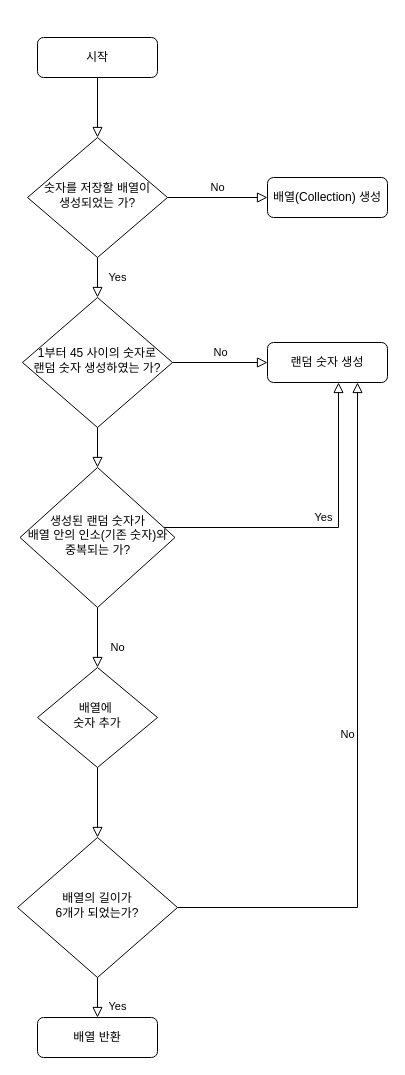
The draw.io diagram createLottoNumberGeneratorFlowChart.drawio in Reimos7/swift-starter-Round2, before the edit. Source tidied: cells renumbered, new cells numbered last; positions are measured from the earlier drawing's top-left corner, leaving out a move shared by most shapes. Both pictures are drawn from the tidied source at 100%, with x=0, y=0 at pixel (17, 37).
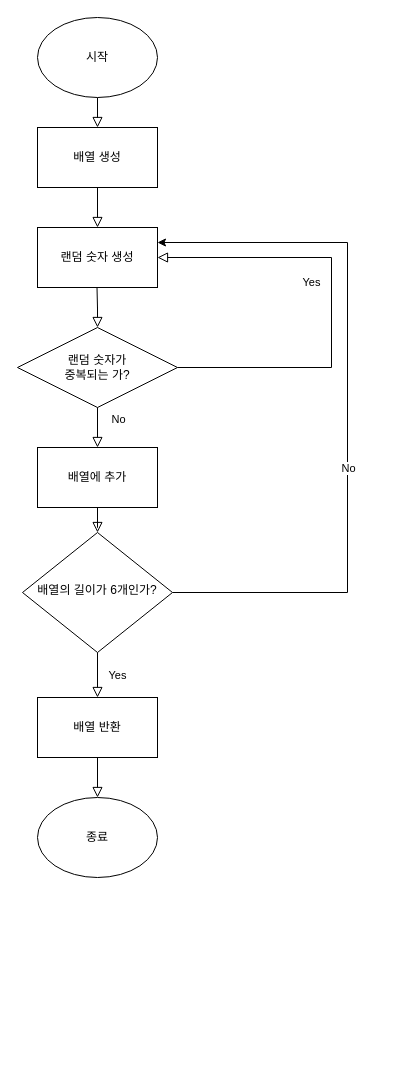
The same page after the edit.

Commit message:
"Modify Lotto Number Generator flowchart in createLottoNumberGeneratorFlowChart.drawio.

The edit, as a diff of the source:
```diff
@@
-    <mxCell id="2" style="rounded=0;html=1;jettySize=auto;fontSize=11;endArrow=block;endFill=0;endSize=8;strokeWidth=1;shadow=0;labelBackgroundColor=none;edgeStyle=orthogonalEdgeStyle;" parent="1" edge="1" source="3" target="6">
-      <mxGeometry relative="1" as="geometry" />
-    </mxCell>
-    <mxCell id="3" value="시작" style="rounded=1;whiteSpace=wrap;html=1;fontSize=12;glass=0;strokeWidth=1;shadow=0;" parent="1" vertex="1">
-      <mxGeometry x="20" width="120" height="40" as="geometry" />
-    </mxCell>
-    <mxCell id="4" value="Yes" style="rounded=0;html=1;jettySize=auto;fontSize=11;endArrow=block;endFill=0;endSize=8;strokeWidth=1;shadow=0;labelBackgroundColor=none;edgeStyle=orthogonalEdgeStyle;" parent="1" edge="1" source="6" target="10">
+    <mxCell id="4" style="rounded=0;html=1;jettySize=auto;fontSize=11;endArrow=block;endFill=0;endSize=8;strokeWidth=1;shadow=0;labelBackgroundColor=none;edgeStyle=orthogonalEdgeStyle;" parent="1" edge="1" source="11" target="29">
       <mxGeometry y="20" relative="1" as="geometry" />
     </mxCell>
-    <mxCell id="5" value="No" style="edgeStyle=orthogonalEdgeStyle;rounded=0;html=1;jettySize=auto;fontSize=11;endArrow=block;endFill=0;endSize=8;strokeWidth=1;shadow=0;labelBackgroundColor=none;" parent="1" edge="1" source="6" target="7">
-      <mxGeometry y="10" relative="1" as="geometry" />
+    <mxCell id="5" value="Yes" style="edgeStyle=orthogonalEdgeStyle;rounded=0;html=1;jettySize=auto;fontSize=11;endArrow=block;endFill=0;endSize=8;strokeWidth=1;shadow=0;labelBackgroundColor=none;entryX=1;entryY=0.5;entryDx=0;entryDy=0;" parent="1" edge="1" source="26" target="12">
+      <mxGeometry x="0.09" y="20" relative="1" as="geometry">
+        <Array as="points">
+          <mxPoint x="314" y="220" />
+        </Array>
+      </mxGeometry>
     </mxCell>
+    <mxCell id="21" style="edgeStyle=orthogonalEdgeStyle;rounded=0;jettySize=auto;html=1;exitX=1;exitY=0.5;exitDx=0;exitDy=0;entryX=1;entryY=0.25;entryDx=0;entryDy=0;" parent="1" edge="1" source="6" target="12">
+      <mxGeometry relative="1" as="geometry">
+        <Array as="points">
+          <mxPoint x="330" y="555" />
+          <mxPoint x="330" y="205" />
+        </Array>
+      </mxGeometry>
+    </mxCell>
+    <mxCell id="22" value="No" style="edgeLabel;html=1;align=center;verticalAlign=middle;" parent="21" vertex="1">
+      <mxGeometry x="-0.16" y="-1" relative="1" as="geometry">
+        <mxPoint x="-1" as="offset" />
+      </mxGeometry>
+    </mxCell>
-    <mxCell id="6" value="숫자를 저장할 배열이&lt;div&gt;생성되었는 가?&lt;/div&gt;" style="rhombus;whiteSpace=wrap;html=1;shadow=0;fontFamily=Helvetica;fontSize=12;align=center;strokeWidth=1;spacing=6;spacingTop=-4;" parent="1" vertex="1">
-      <mxGeometry x="10" y="100" width="140" height="120" as="geometry" />
+    <mxCell id="6" value="배열의 길이가 6개인가?" style="rhombus;whiteSpace=wrap;html=1;shadow=0;fontFamily=Helvetica;fontSize=12;align=center;strokeWidth=1;spacing=6;spacingTop=-4;" parent="1" vertex="1">
+      <mxGeometry x="5" y="495" width="150" height="120" as="geometry" />
     </mxCell>
-    <mxCell id="7" value="배열(Collection)&amp;nbsp;생성" style="rounded=1;whiteSpace=wrap;html=1;fontSize=12;glass=0;strokeWidth=1;shadow=0;" parent="1" vertex="1">
-      <mxGeometry x="250" y="140" width="120" height="40" as="geometry" />
-    </mxCell>
+    <mxCell id="23" style="rounded=0;html=1;jettySize=auto;fontSize=11;endArrow=block;endFill=0;endSize=8;strokeWidth=1;shadow=0;labelBackgroundColor=none;edgeStyle=orthogonalEdgeStyle;" parent="1" edge="1" source="3" target="24">
+      <mxGeometry relative="1" as="geometry" />
+    </mxCell>
+    <mxCell id="24" value="배열 생성" style="rounded=0;whiteSpace=wrap;html=1;" parent="1" vertex="1">
+      <mxGeometry x="20" y="90" width="120" height="60" as="geometry" />
+    </mxCell>
+    <mxCell id="25" style="rounded=0;html=1;jettySize=auto;fontSize=11;endArrow=block;endFill=0;endSize=8;strokeWidth=1;shadow=0;labelBackgroundColor=none;edgeStyle=orthogonalEdgeStyle;" parent="1" edge="1" source="24" target="12">
+      <mxGeometry relative="1" as="geometry" />
+    </mxCell>
+    <mxCell id="12" value="랜덤 숫자 생성" style="rounded=0;whiteSpace=wrap;html=1;" parent="1" vertex="1">
+      <mxGeometry x="20" y="190" width="120" height="60" as="geometry" />
+    </mxCell>
-    <mxCell id="8" value="Yes" style="rounded=0;html=1;jettySize=auto;fontSize=11;endArrow=block;endFill=0;endSize=8;strokeWidth=1;shadow=0;labelBackgroundColor=none;edgeStyle=orthogonalEdgeStyle;" parent="1" edge="1" source="20" target="11">
-      <mxGeometry x="0.43" y="20" relative="1" as="geometry" />
+    <mxCell id="8" value="Yes" style="rounded=0;html=1;jettySize=auto;fontSize=11;endArrow=block;endFill=0;endSize=8;strokeWidth=1;shadow=0;labelBackgroundColor=none;edgeStyle=orthogonalEdgeStyle;" parent="1" edge="1" source="6" target="11">
+      <mxGeometry y="20" relative="1" as="geometry" />
     </mxCell>
-    <mxCell id="9" value="No" style="edgeStyle=orthogonalEdgeStyle;rounded=0;html=1;jettySize=auto;fontSize=11;endArrow=block;endFill=0;endSize=8;strokeWidth=1;shadow=0;labelBackgroundColor=none;" parent="1" edge="1" source="10" target="12">
-      <mxGeometry y="10" relative="1" as="geometry" />
-    </mxCell>
-    <mxCell id="10" value="1부터 45 사이의 숫자로&lt;div&gt;랜덤 숫자 생성하였는 가?&lt;/div&gt;" style="rhombus;whiteSpace=wrap;html=1;shadow=0;fontFamily=Helvetica;fontSize=12;align=center;strokeWidth=1;spacing=6;spacingTop=-4;" parent="1" vertex="1">
-      <mxGeometry x="5" y="260" width="150" height="130" as="geometry" />
-    </mxCell>
-    <mxCell id="11" value="배열 반환" style="rounded=1;whiteSpace=wrap;html=1;fontSize=12;glass=0;strokeWidth=1;shadow=0;" parent="1" vertex="1">
-      <mxGeometry x="20" y="980" width="120" height="40" as="geometry" />
+    <mxCell id="11" value="배열 반환" style="rounded=0;whiteSpace=wrap;html=1;" parent="1" vertex="1">
+      <mxGeometry x="20" y="660" width="120" height="60" as="geometry" />
     </mxCell>
-    <mxCell id="12" value="랜덤 숫자 생성" style="rounded=1;whiteSpace=wrap;html=1;fontSize=12;glass=0;strokeWidth=1;shadow=0;" parent="1" vertex="1">
-      <mxGeometry x="250" y="305" width="120" height="40" as="geometry" />
-    </mxCell>
-    <mxCell id="13" value="Yes" style="edgeStyle=orthogonalEdgeStyle;rounded=0;html=1;jettySize=auto;fontSize=11;endArrow=block;endFill=0;endSize=8;strokeWidth=1;shadow=0;labelBackgroundColor=none;" parent="1" edge="1" source="15" target="12">
-      <mxGeometry y="10" relative="1" as="geometry">
-        <Array as="points">
-          <mxPoint x="321" y="490" />
-        </Array>
-      </mxGeometry>
-    </mxCell>
-    <mxCell id="14" style="rounded=0;html=1;jettySize=auto;fontSize=11;endArrow=block;endFill=0;endSize=8;strokeWidth=1;shadow=0;labelBackgroundColor=none;edgeStyle=orthogonalEdgeStyle;" parent="1" edge="1" source="10" target="15">
-      <mxGeometry x="0.33" y="20" relative="1" as="geometry" />
-    </mxCell>
-    <mxCell id="15" value="생성된 랜덤 숫자가&lt;div&gt;배열 안의 인소(기존 숫자)와 중복되는 가?&lt;/div&gt;" style="rhombus;whiteSpace=wrap;html=1;shadow=0;fontFamily=Helvetica;fontSize=12;align=center;strokeWidth=1;spacing=6;spacingTop=-4;" parent="1" vertex="1">
-      <mxGeometry x="2.5" y="430" width="155" height="140" as="geometry" />
-    </mxCell>
-    <mxCell id="16" value="No" style="rounded=0;html=1;jettySize=auto;fontSize=11;endArrow=block;endFill=0;endSize=8;strokeWidth=1;shadow=0;labelBackgroundColor=none;edgeStyle=orthogonalEdgeStyle;" parent="1" edge="1" source="15" target="17">
-      <mxGeometry x="0.33" y="20" relative="1" as="geometry" />
-    </mxCell>
-    <mxCell id="17" value="배열에&amp;nbsp;&lt;div&gt;숫자 추가&lt;/div&gt;" style="rhombus;whiteSpace=wrap;html=1;shadow=0;fontFamily=Helvetica;fontSize=12;align=center;strokeWidth=1;spacing=6;spacingTop=-4;" parent="1" vertex="1">
-      <mxGeometry x="20" y="630" width="120" height="100" as="geometry" />
-    </mxCell>
-    <mxCell id="18" value="No" style="edgeStyle=orthogonalEdgeStyle;rounded=0;html=1;jettySize=auto;fontSize=11;endArrow=block;endFill=0;endSize=8;strokeWidth=1;shadow=0;labelBackgroundColor=none;" parent="1" edge="1" source="20" target="12">
-      <mxGeometry y="10" relative="1" as="geometry">
-        <Array as="points">
-          <mxPoint x="340" y="870" />
-        </Array>
-      </mxGeometry>
-    </mxCell>
-    <mxCell id="19" style="rounded=0;html=1;jettySize=auto;fontSize=11;endArrow=block;endFill=0;endSize=8;strokeWidth=1;shadow=0;labelBackgroundColor=none;edgeStyle=orthogonalEdgeStyle;" parent="1" edge="1" source="17" target="20">
-      <mxGeometry x="0.33" y="20" relative="1" as="geometry" />
-    </mxCell>
-    <mxCell id="20" value="배열의 길이가&lt;div&gt;6개가 되었는가?&lt;/div&gt;" style="rhombus;whiteSpace=wrap;html=1;shadow=0;fontFamily=Helvetica;fontSize=12;align=center;strokeWidth=1;spacing=6;spacingTop=-4;" parent="1" vertex="1">
-      <mxGeometry y="800" width="160" height="140" as="geometry" />
-    </mxCell>
+    <mxCell id="26" value="랜덤 숫자가&lt;br&gt;중복되는 가?" style="rhombus;whiteSpace=wrap;html=1;" parent="1" vertex="1">
+      <mxGeometry y="290" width="160" height="80" as="geometry" />
+    </mxCell>
+    <mxCell id="27" style="rounded=0;html=1;jettySize=auto;fontSize=11;endArrow=block;endFill=0;endSize=8;strokeWidth=1;shadow=0;labelBackgroundColor=none;edgeStyle=orthogonalEdgeStyle;" parent="1" edge="1" target="26">
+      <mxGeometry relative="1" as="geometry">
+        <mxPoint x="79.5" y="250" as="sourcePoint" />
+      </mxGeometry>
+    </mxCell>
+    <mxCell id="28" style="rounded=0;html=1;jettySize=auto;fontSize=11;endArrow=block;endFill=0;endSize=8;strokeWidth=1;shadow=0;labelBackgroundColor=none;edgeStyle=orthogonalEdgeStyle;exitX=0.5;exitY=1;exitDx=0;exitDy=0;" parent="1" edge="1" source="32" target="6">
+      <mxGeometry relative="1" as="geometry" />
+    </mxCell>
+    <mxCell id="3" value="시작" style="ellipse;whiteSpace=wrap;html=1;" parent="1" vertex="1">
+      <mxGeometry x="20" y="-20" width="120" height="80" as="geometry" />
+    </mxCell>
+    <mxCell id="29" value="종료" style="ellipse;whiteSpace=wrap;html=1;" parent="1" vertex="1">
+      <mxGeometry x="20" y="760" width="120" height="80" as="geometry" />
+    </mxCell>
+    <mxCell id="30" style="rounded=0;html=1;jettySize=auto;fontSize=11;endArrow=block;endFill=0;endSize=8;strokeWidth=1;shadow=0;labelBackgroundColor=none;edgeStyle=orthogonalEdgeStyle;exitX=0.5;exitY=1;exitDx=0;exitDy=0;" parent="1" edge="1" source="26" target="32">
+      <mxGeometry relative="1" as="geometry" />
+    </mxCell>
+    <mxCell id="31" value="No" style="edgeLabel;html=1;align=center;verticalAlign=middle;" parent="30" vertex="1">
+      <mxGeometry x="-0.47" y="2" relative="1" as="geometry">
+        <mxPoint x="18" as="offset" />
+      </mxGeometry>
+    </mxCell>
+    <mxCell id="32" value="배열에 추가" style="rounded=0;whiteSpace=wrap;html=1;" parent="1" vertex="1">
+      <mxGeometry x="20" y="410" width="120" height="60" as="geometry" />
+    </mxCell>
```
